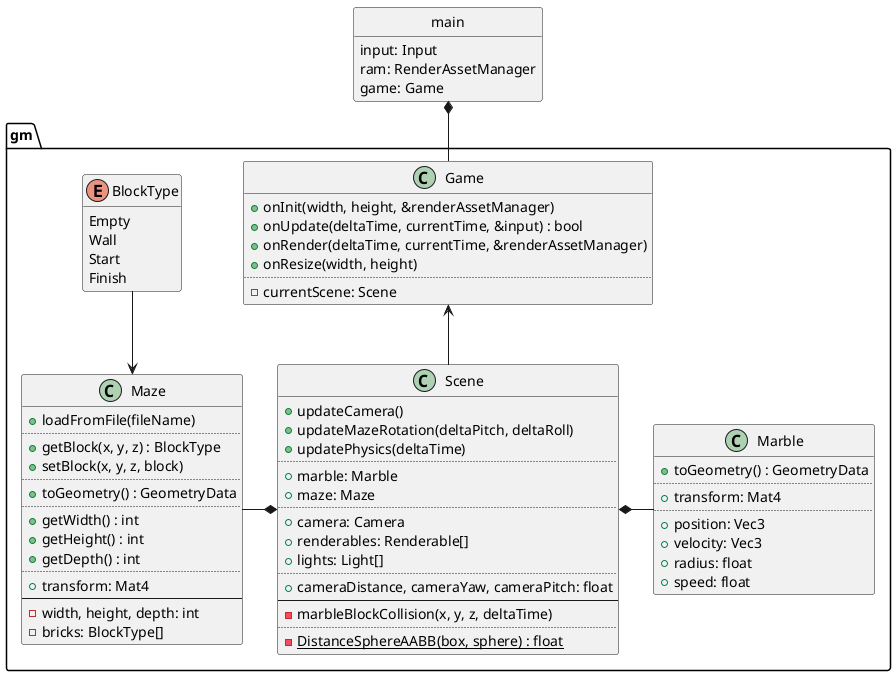
Above: design/game.png in ba6er/marblemaze (PlantUML), before the change.
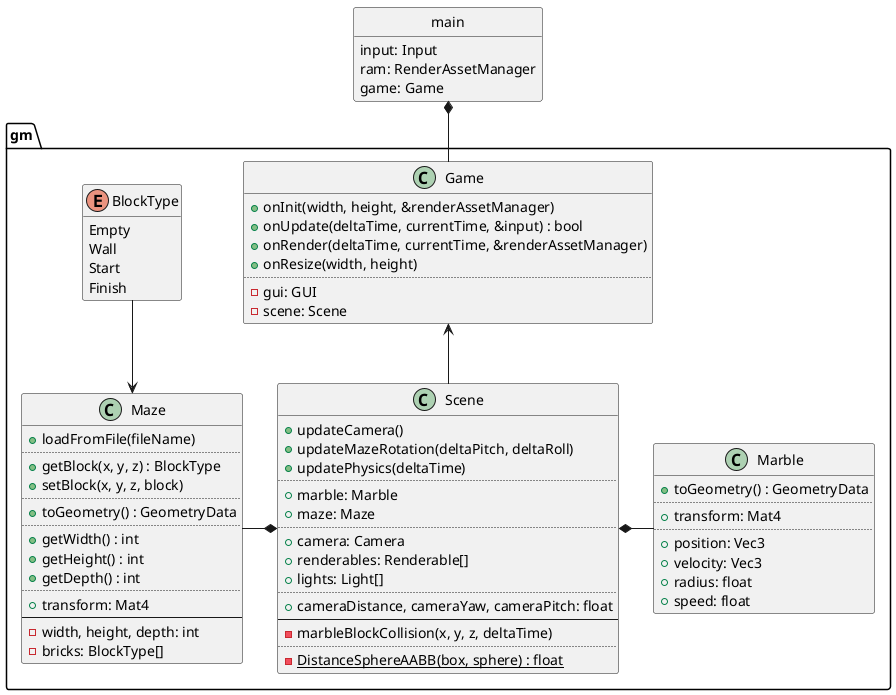
After the commit.

Diff of the diagram source:
```diff
@@ -7,7 +7,8 @@
 	+onRender(deltaTime, currentTime, &renderAssetManager)
 	+onResize(width, height)
 	..
-	-currentScene: Scene
+	-gui: GUI
+	-scene: Scene
 }
 
 class gm::Scene {
```
